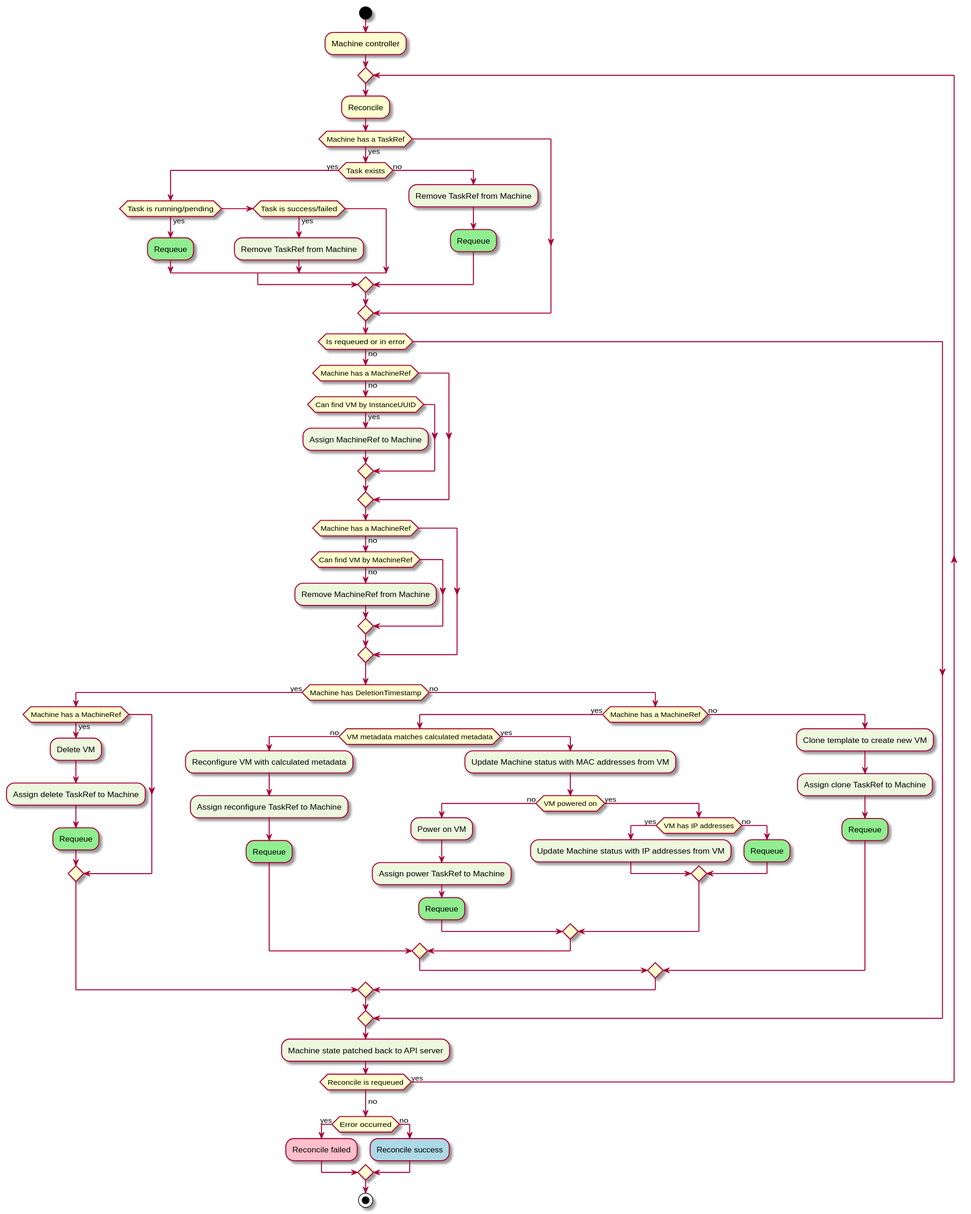
Above: docs/design/machine-controller-reconcile.svg in kubernetes-sigs/cluster-api-provider-vsphere (PlantUML), before the change.
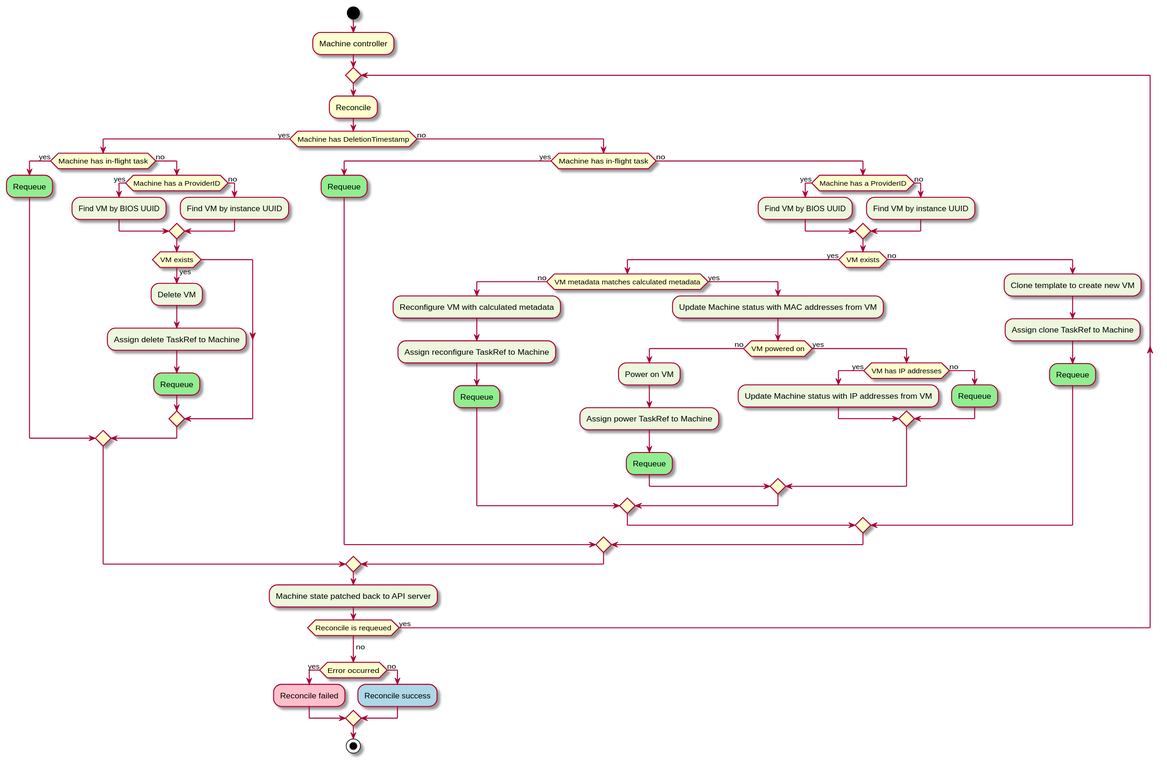
After the change.

What changed in the source:
```diff
@@ -7,37 +7,31 @@
 repeat
   :Reconcile;
 
-  if (Machine has a TaskRef) then (yes)
-    if (Task exists) then (yes)
-      if (Task is running/pending) then (yes)
-        #LightGreen:Requeue;
-      elseif (Task is success/failed) then (yes)
-        #edf7de:Remove TaskRef from Machine;
+  if (Machine has DeletionTimestamp) then (yes)
+    if (Machine has in-flight task) then (yes)
+      #LightGreen:Requeue;
+    else (no)
+      if (Machine has a ProviderID) then (yes)
+        #edf7de:Find VM by BIOS UUID;
+      else (no)
+        #edf7de:Find VM by instance UUID;
       endif
-    else (no)
-      #edf7de:Remove TaskRef from Machine;
-      #LightGreen:Requeue;
-    endif
-  endif
-  if (Is requeued or in error) then (no)
-    if (Machine has a MachineRef) then (no)
-      if (Can find VM by InstanceUUID) then (yes)
-        #edf7de:Assign MachineRef to Machine;
-      endif
-    endif
-    if (Machine has a MachineRef) then (no)
-      if (Can find VM by MachineRef) then (no)
-        #edf7de:Remove MachineRef from Machine;
-      endif
-    endif
-    if (Machine has DeletionTimestamp) then (yes)
-      if (Machine has a MachineRef) then (yes)
+      if (VM exists) then (yes)
         #edf7de:Delete VM;
         #edf7de:Assign delete TaskRef to Machine;
         #LightGreen:Requeue;
       endif
+    endif
+  else (no)
+    if (Machine has in-flight task) then (yes)
+      #LightGreen:Requeue;
     else (no)
-      if (Machine has a MachineRef) then (yes)
+      if (Machine has a ProviderID) then (yes)
+        #edf7de:Find VM by BIOS UUID;
+      else (no)
+        #edf7de:Find VM by instance UUID;
+      endif
+      if (VM exists) then (yes)
         if (VM metadata matches calculated metadata) then (no)
           #edf7de:Reconfigure VM with calculated metadata;
           #edf7de:Assign reconfigure TaskRef to Machine;
```
